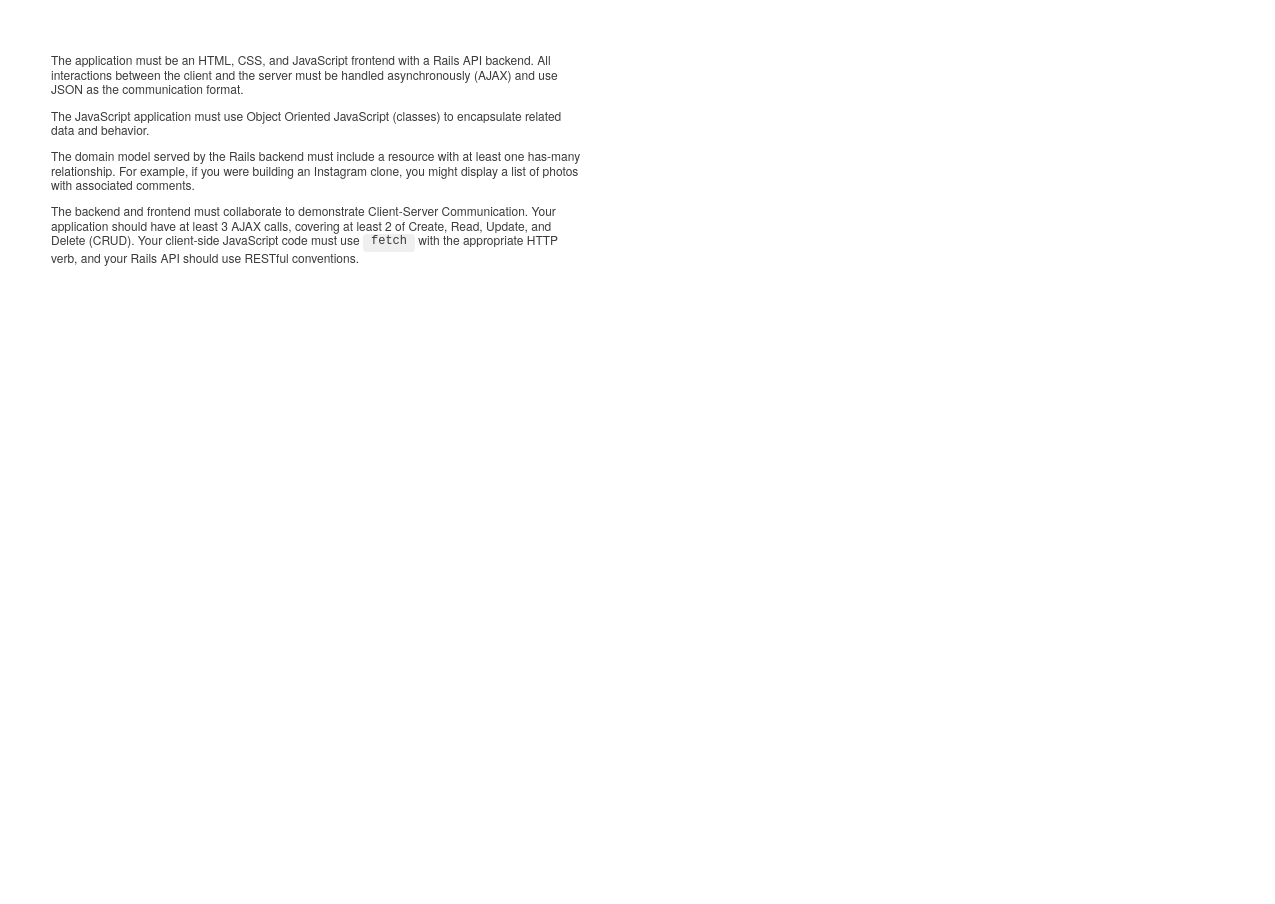
Above: Untitled Diagram.drawio in learn-co-students/ruby-gets-input-online-web-sp-000 (draw.io), before the change. Source tidied: cells renumbered, new cells numbered last; positions are measured from the earlier drawing's top-left corner, leaving out a move shared by most shapes. Both pictures are drawn from the tidied source at 100%, with x=0, y=0 at pixel (17, 17).
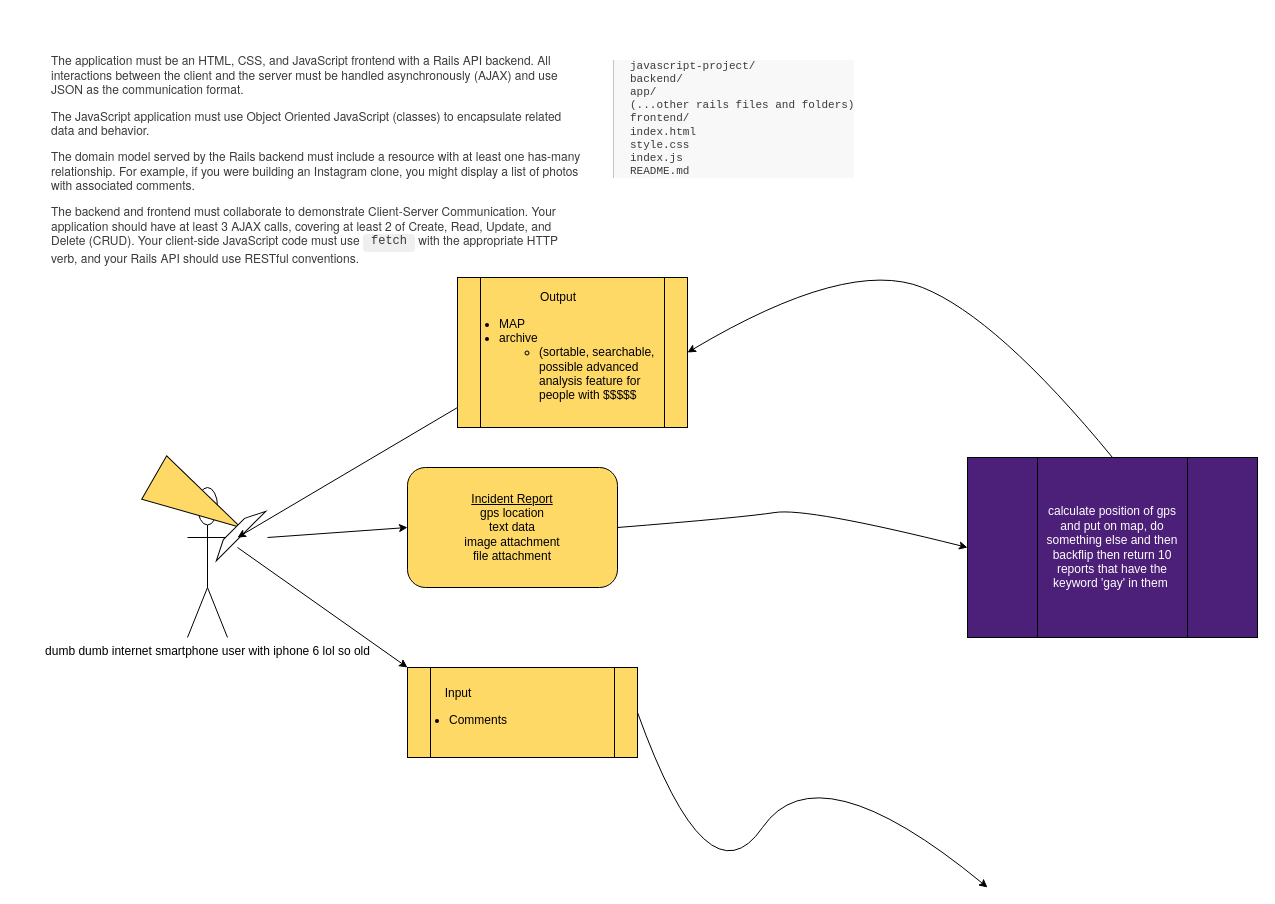
After the change.

Commit message:
whistle diagram

Change to the diagram source:
```diff
@@
+    <mxCell id="3" value="&lt;ol style=&quot;margin: 24px 0px 0px 32px ; padding: 0px ; border: 0px ; outline: 0px ; vertical-align: baseline ; background: transparent ; list-style-type: none ; list-style-position: inside ; color: rgb(58 , 58 , 58) ; font-family: &amp;#34;aktiv grotesk&amp;#34; , &amp;#34;helvetica neue&amp;#34; , &amp;#34;helvetica&amp;#34; , &amp;#34;arial&amp;#34; , sans-serif&quot;&gt;&lt;li style=&quot;margin: 12px 0px 0px ; padding: 0px ; border: 0px ; outline: 0px ; vertical-align: baseline ; background: transparent ; position: relative ; font-size: 11px&quot;&gt;&lt;p&gt;&lt;ol class=&quot;linenums&quot; style=&quot;margin: 0px 0px 0px 32px ; padding: 0px ; border-width: 0px 0px 0px 1px ; border-left-style: solid ; border-left-color: rgb(196 , 196 , 196) ; outline: 0px ; vertical-align: baseline ; background: rgb(248 , 248 , 248) ; list-style-type: none ; list-style-position: inside ; font-family: monospace&quot;&gt;&lt;li class=&quot;L0&quot; style=&quot;margin: 0px ; padding: 0px 0px 0px 16px ; border: 0px ; outline: 0px ; vertical-align: baseline ; background: transparent ; position: relative&quot;&gt;javascript-project/&lt;/li&gt;&lt;/ol&gt;&lt;ol class=&quot;linenums&quot; style=&quot;margin: 0px 0px 0px 32px ; padding: 0px ; border-width: 0px 0px 0px 1px ; border-left-style: solid ; border-left-color: rgb(196 , 196 , 196) ; outline: 0px ; vertical-align: baseline ; background: rgb(248 , 248 , 248) ; list-style-type: none ; list-style-position: inside ; font-family: monospace&quot;&gt;&lt;li class=&quot;L1&quot; style=&quot;margin: 0px ; padding: 0px 0px 0px 16px ; border: 0px ; outline: 0px ; vertical-align: baseline ; background: transparent ; position: relative&quot;&gt;  backend/&lt;/li&gt;&lt;/ol&gt;&lt;ol class=&quot;linenums&quot; style=&quot;margin: 0px 0px 0px 32px ; padding: 0px ; border-width: 0px 0px 0px 1px ; border-left-style: solid ; border-left-color: rgb(196 , 196 , 196) ; outline: 0px ; vertical-align: baseline ; background: rgb(248 , 248 , 248) ; list-style-type: none ; list-style-position: inside ; font-family: monospace&quot;&gt;&lt;li class=&quot;L2&quot; style=&quot;margin: 0px ; padding: 0px 0px 0px 16px ; border: 0px ; outline: 0px ; vertical-align: baseline ; background: transparent ; position: relative&quot;&gt;    app/&lt;/li&gt;&lt;/ol&gt;&lt;ol class=&quot;linenums&quot; style=&quot;margin: 0px 0px 0px 32px ; padding: 0px ; border-width: 0px 0px 0px 1px ; border-left-style: solid ; border-left-color: rgb(196 , 196 , 196) ; outline: 0px ; vertical-align: baseline ; background: rgb(248 , 248 , 248) ; list-style-type: none ; list-style-position: inside ; font-family: monospace&quot;&gt;&lt;li class=&quot;L3&quot; style=&quot;margin: 0px ; padding: 0px 0px 0px 16px ; border: 0px ; outline: 0px ; vertical-align: baseline ; background: transparent ; position: relative&quot;&gt;    (...other rails files and folders)&lt;/li&gt;&lt;/ol&gt;&lt;ol class=&quot;linenums&quot; style=&quot;margin: 0px 0px 0px 32px ; padding: 0px ; border-width: 0px 0px 0px 1px ; border-left-style: solid ; border-left-color: rgb(196 , 196 , 196) ; outline: 0px ; vertical-align: baseline ; background: rgb(248 , 248 , 248) ; list-style-type: none ; list-style-position: inside ; font-family: monospace&quot;&gt;&lt;li class=&quot;L4&quot; style=&quot;margin: 0px ; padding: 0px 0px 0px 16px ; border: 0px ; outline: 0px ; vertical-align: baseline ; background: transparent ; position: relative&quot;&gt;  frontend/&lt;/li&gt;&lt;/ol&gt;&lt;ol class=&quot;linenums&quot; style=&quot;margin: 0px 0px 0px 32px ; padding: 0px ; border-width: 0px 0px 0px 1px ; border-left-style: solid ; border-left-color: rgb(196 , 196 , 196) ; outline: 0px ; vertical-align: baseline ; background: rgb(248 , 248 , 248) ; list-style-type: none ; list-style-position: inside ; font-family: monospace&quot;&gt;&lt;li class=&quot;L5&quot; style=&quot;margin: 0px ; padding: 0px 0px 0px 16px ; border: 0px ; outline: 0px ; vertical-align: baseline ; background: transparent ; position: relative&quot;&gt;    index.html&lt;/li&gt;&lt;/ol&gt;&lt;ol class=&quot;linenums&quot; style=&quot;margin: 0px 0px 0px 32px ; padding: 0px ; border-width: 0px 0px 0px 1px ; border-left-style: solid ; border-left-color: rgb(196 , 196 , 196) ; outline: 0px ; vertical-align: baseline ; background: rgb(248 , 248 , 248) ; list-style-type: none ; list-style-position: inside ; font-family: monospace&quot;&gt;&lt;li class=&quot;L6&quot; style=&quot;margin: 0px ; padding: 0px 0px 0px 16px ; border: 0px ; outline: 0px ; vertical-align: baseline ; background: transparent ; position: relative&quot;&gt;    style.css&lt;/li&gt;&lt;/ol&gt;&lt;ol class=&quot;linenums&quot; style=&quot;margin: 0px 0px 0px 32px ; padding: 0px ; border-width: 0px 0px 0px 1px ; border-left-style: solid ; border-left-color: rgb(196 , 196 , 196) ; outline: 0px ; vertical-align: baseline ; background: rgb(248 , 248 , 248) ; list-style-type: none ; list-style-position: inside ; font-family: monospace&quot;&gt;&lt;li class=&quot;L7&quot; style=&quot;margin: 0px ; padding: 0px 0px 0px 16px ; border: 0px ; outline: 0px ; vertical-align: baseline ; background: transparent ; position: relative&quot;&gt;    index.js&lt;/li&gt;&lt;/ol&gt;&lt;ol class=&quot;linenums&quot; style=&quot;margin: 0px 0px 0px 32px ; padding: 0px ; border-width: 0px 0px 0px 1px ; border-left-style: solid ; border-left-color: rgb(196 , 196 , 196) ; outline: 0px ; vertical-align: baseline ; background: rgb(248 , 248 , 248) ; list-style-type: none ; list-style-position: inside ; font-family: monospace&quot;&gt;&lt;li class=&quot;L8&quot; style=&quot;margin: 0px ; padding: 0px 0px 0px 16px ; border: 0px ; outline: 0px ; vertical-align: baseline ; background: transparent ; position: relative&quot;&gt;  README.md&lt;/li&gt;&lt;/ol&gt;&lt;/p&gt;&lt;/li&gt;&lt;/ol&gt;" style="text;html=1;strokeColor=none;fillColor=none;align=left;verticalAlign=middle;whiteSpace=wrap;rounded=0;" parent="1" vertex="1">
+      <mxGeometry x="530" y="30" width="370" height="130" as="geometry" />
+    </mxCell>
+    <mxCell id="4" value="&lt;u style=&quot;background-color: rgb(255 , 217 , 102)&quot;&gt;Incident Report&lt;/u&gt;&lt;br&gt;gps location&lt;br&gt;text data&lt;br&gt;image attachment&lt;br&gt;file attachment" style="rounded=1;whiteSpace=wrap;html=1;fillColor=#FFD966;" parent="1" vertex="1">
+      <mxGeometry x="390" y="450" width="210" height="120" as="geometry" />
+    </mxCell>
+    <mxCell id="5" style="curved=1;endArrow=classic;html=1;exitX=1;exitY=0.5;exitDx=0;exitDy=0;entryX=0;entryY=0.5;entryDx=0;entryDy=0;" parent="1" edge="1" source="4">
+      <mxGeometry relative="1" as="geometry">
+        <mxPoint x="950" y="530" as="targetPoint" />
+        <Array as="points">
+          <mxPoint x="725" y="500" />
+          <mxPoint x="790" y="490" />
+        </Array>
+      </mxGeometry>
+    </mxCell>
+    <mxCell id="6" value="dumb dumb internet smartphone user with iphone 6 lol so old" style="shape=umlActor;verticalLabelPosition=bottom;verticalAlign=top;html=1;" parent="1" vertex="1">
+      <mxGeometry x="170" y="470" width="40" height="150" as="geometry" />
+    </mxCell>
+    <mxCell id="7" style="triangle;whiteSpace=wrap;html=1;rotation=30;fillColor=#FFD966;" parent="1" vertex="1">
+      <mxGeometry x="130" y="460" width="100" height="50" as="geometry" />
+    </mxCell>
+    <mxCell id="8" style="shape=trapezoid;perimeter=trapezoidPerimeter;whiteSpace=wrap;html=1;fixedSize=1;rotation=-45;" parent="1" vertex="1">
+      <mxGeometry x="185" y="510" width="70" height="10" as="geometry" />
+    </mxCell>
+    <mxCell id="9" style="endArrow=classic;html=1;exitX=0;exitY=1;exitDx=0;exitDy=0;" parent="1" edge="1" source="13">
+      <mxGeometry relative="1" as="geometry">
+        <mxPoint x="220" y="520" as="targetPoint" />
+      </mxGeometry>
+    </mxCell>
+    <mxCell id="10" style="endArrow=classic;html=1;entryX=0;entryY=0;entryDx=0;entryDy=0;" parent="1" edge="1" target="15">
+      <mxGeometry relative="1" as="geometry">
+        <mxPoint x="220" y="530" as="sourcePoint" />
+      </mxGeometry>
+    </mxCell>
+    <mxCell id="11" style="group;" parent="1" vertex="1">
+      <mxGeometry x="440" y="260" width="230" height="150" as="geometry" />
+    </mxCell>
+    <mxCell id="12" style="shape=process;whiteSpace=wrap;html=1;backgroundOutline=1;fillColor=#FFD966;" parent="11" vertex="1">
+      <mxGeometry width="230" height="150" as="geometry" />
+    </mxCell>
+    <mxCell id="13" value="&lt;div style=&quot;text-align: center&quot;&gt;&lt;/div&gt;&lt;div style=&quot;text-align: center&quot;&gt;Output&lt;/div&gt;&lt;ul&gt;&lt;li&gt;MAP&lt;/li&gt;&lt;li&gt;archive&lt;br&gt; &lt;/li&gt;&lt;ul&gt;&lt;li&gt;&lt;span&gt;(sortable, searchable, possible advanced analysis feature for people with $$$$$&lt;/span&gt;&lt;/li&gt;&lt;/ul&gt;&lt;/ul&gt;" style="text;html=1;strokeColor=none;fillColor=none;align=left;verticalAlign=middle;whiteSpace=wrap;rounded=0;" parent="11" vertex="1">
+      <mxGeometry y="20.8" width="200" height="109.2" as="geometry" />
+    </mxCell>
+    <mxCell id="14" style="group;" parent="1" vertex="1">
+      <mxGeometry x="390" y="650" width="230" height="90" as="geometry" />
+    </mxCell>
+    <mxCell id="15" style="shape=process;whiteSpace=wrap;html=1;backgroundOutline=1;fillColor=#FFD966;" parent="14" vertex="1">
+      <mxGeometry width="230" height="90" as="geometry" />
+    </mxCell>
+    <mxCell id="16" value="&lt;div style=&quot;text-align: center&quot;&gt;&lt;/div&gt;&lt;div style=&quot;text-align: center&quot;&gt;Input&lt;/div&gt;&lt;ul&gt;&lt;li&gt;Comments&lt;/li&gt;&lt;/ul&gt;" style="text;html=1;strokeColor=none;fillColor=none;align=left;verticalAlign=middle;whiteSpace=wrap;rounded=0;" parent="14" vertex="1">
+      <mxGeometry y="12.5" width="223" height="65" as="geometry" />
+    </mxCell>
+    <mxCell id="17" style="endArrow=classic;html=1;entryX=0;entryY=0.5;entryDx=0;entryDy=0;" parent="1" edge="1" target="4">
+      <mxGeometry relative="1" as="geometry">
+        <mxPoint x="250" y="520" as="sourcePoint" />
+      </mxGeometry>
+    </mxCell>
+    <mxCell id="18" value="&lt;font color=&quot;#ffffff&quot;&gt;calculate position of gps and put on map, do something else and then backflip then return 10 reports that have the keyword 'gay' in them&amp;nbsp;&lt;/font&gt;" style="shape=process;whiteSpace=wrap;html=1;backgroundOutline=1;fillColor=#4C1F78;size=0.2413793103448276;" parent="1" vertex="1">
+      <mxGeometry x="950" y="440" width="290" height="180" as="geometry" />
+    </mxCell>
+    <mxCell id="19" style="curved=1;endArrow=classic;html=1;exitX=0.5;exitY=0;exitDx=0;exitDy=0;entryX=1;entryY=0.5;entryDx=0;entryDy=0;" parent="1" edge="1" source="18" target="12">
+      <mxGeometry relative="1" as="geometry">
+        <Array as="points">
+          <mxPoint x="980" y="300" />
+          <mxPoint x="830" y="240" />
+        </Array>
+      </mxGeometry>
+    </mxCell>
+    <mxCell id="20" style="curved=1;endArrow=classic;html=1;exitX=1;exitY=0.5;exitDx=0;exitDy=0;" parent="1" edge="1" source="15">
+      <mxGeometry relative="1" as="geometry">
+        <mxPoint x="970" y="870" as="targetPoint" />
+        <Array as="points">
+          <mxPoint x="690" y="890" />
+          <mxPoint x="800" y="730" />
+        </Array>
+      </mxGeometry>
+    </mxCell>
```
